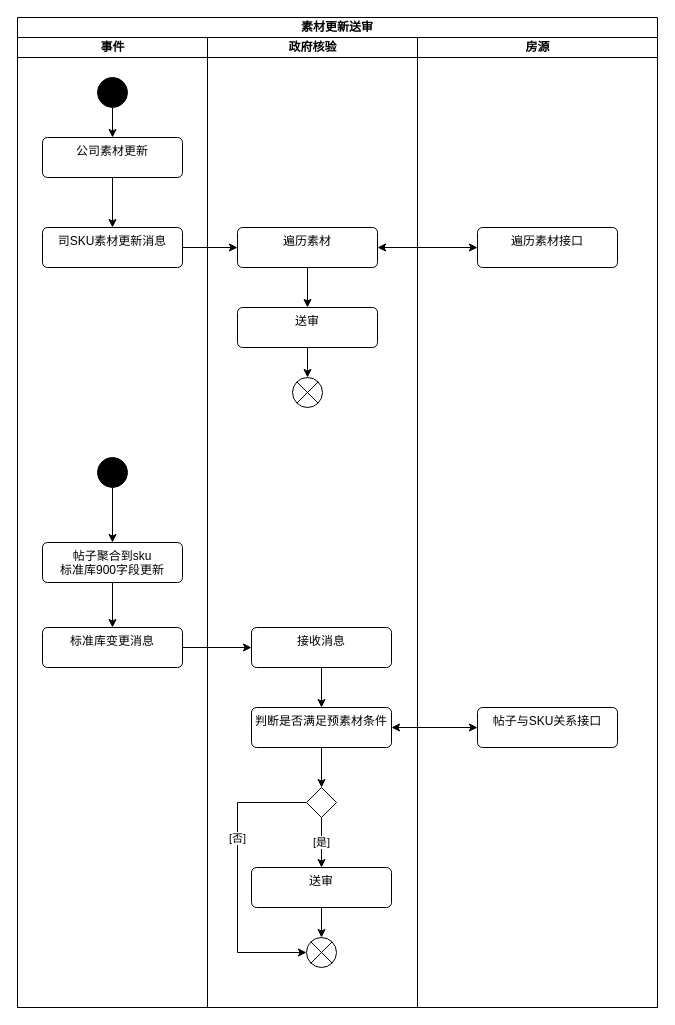
The draw.io diagram page "流程-素材更新送审" (4 of 7) of 设计文档/政府核验sku化.drawio in guyukou/drawio, before the edit. Source tidied: cells renumbered, new cells numbered last; positions are measured from the earlier drawing's top-left corner, leaving out a move shared by most shapes. Both pictures are drawn from the tidied source at 100%, with x=0, y=0 at pixel (17, 17).
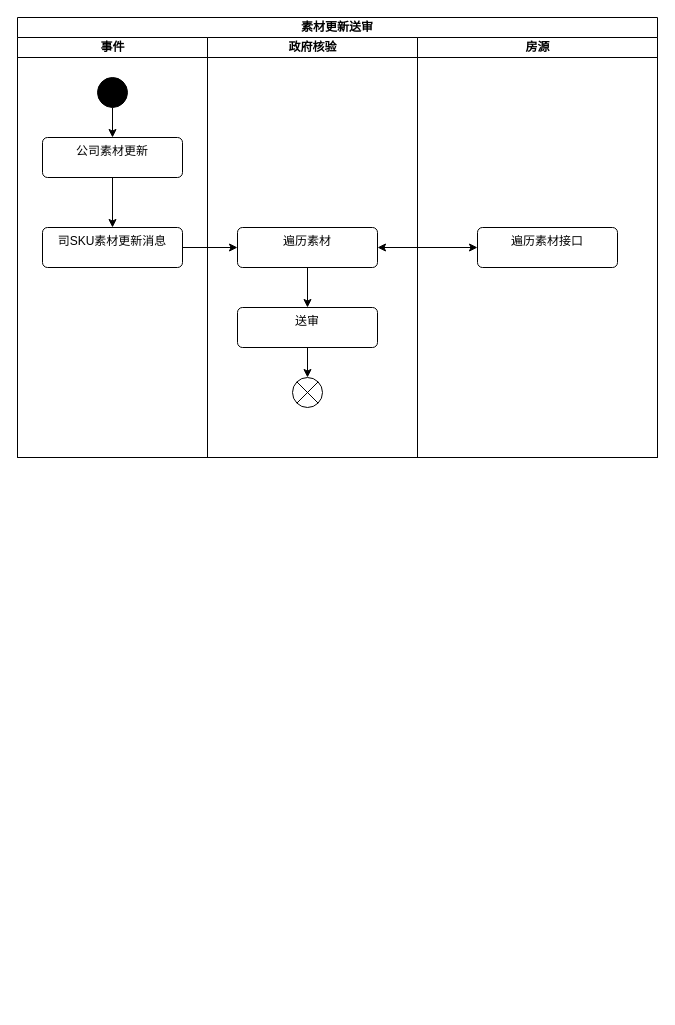
The same diagram, later.

Change to the diagram source:
```diff
@@
     <mxCell id="2" value="素材更新送审" style="swimlane;html=1;startSize=20;whiteSpace=wrap;" parent="1" vertex="1">
-      <mxGeometry width="640" height="990" as="geometry" />
+      <mxGeometry width="640" height="440" as="geometry" />
     </mxCell>
     <mxCell id="3" value="事件" style="swimlane;html=1;startSize=20;" parent="2" vertex="1">
-      <mxGeometry y="20" width="190" height="970" as="geometry" />
+      <mxGeometry y="20" width="190" height="420" as="geometry" />
     </mxCell>
@@
-    <mxCell id="6" style="edgeStyle=orthogonalEdgeStyle;rounded=0;jettySize=auto;html=1;" parent="3" edge="1" source="7" target="9">
-      <mxGeometry relative="1" as="geometry" />
-    </mxCell>
-    <mxCell id="7" style="ellipse;fillColor=strokeColor;html=1;" parent="3" vertex="1">
-      <mxGeometry x="80" y="420" width="30" height="30" as="geometry" />
-    </mxCell>
-    <mxCell id="8" style="edgeStyle=orthogonalEdgeStyle;rounded=0;jettySize=auto;html=1;" parent="3" edge="1" source="9" target="10">
-      <mxGeometry relative="1" as="geometry" />
-    </mxCell>
-    <mxCell id="9" value="帖子聚合到sku&lt;br&gt;标准库900字段更新" style="html=1;align=center;verticalAlign=top;rounded=1;absoluteArcSize=1;arcSize=10;dashed=0;whiteSpace=wrap;" parent="3" vertex="1">
-      <mxGeometry x="25" y="505" width="140" height="40" as="geometry" />
-    </mxCell>
-    <mxCell id="10" value="标准库变更消息" style="html=1;align=center;verticalAlign=top;rounded=1;absoluteArcSize=1;arcSize=10;dashed=0;whiteSpace=wrap;" parent="3" vertex="1">
-      <mxGeometry x="25" y="590" width="140" height="40" as="geometry" />
-    </mxCell>
     <mxCell id="11" value="政府核验" style="swimlane;html=1;startSize=20;" parent="2" vertex="1">
-      <mxGeometry x="190" y="20" width="210" height="970" as="geometry" />
+      <mxGeometry x="190" y="20" width="210" height="420" as="geometry" />
     </mxCell>
@@
-    <mxCell id="17" style="edgeStyle=orthogonalEdgeStyle;rounded=0;jettySize=auto;html=1;" parent="11" edge="1" source="18" target="20">
-      <mxGeometry relative="1" as="geometry" />
-    </mxCell>
-    <mxCell id="18" value="接收消息" style="html=1;align=center;verticalAlign=top;rounded=1;absoluteArcSize=1;arcSize=10;dashed=0;whiteSpace=wrap;" parent="11" vertex="1">
-      <mxGeometry x="44" y="590" width="140" height="40" as="geometry" />
-    </mxCell>
-    <mxCell id="19" style="edgeStyle=orthogonalEdgeStyle;rounded=0;jettySize=auto;html=1;" parent="11" edge="1" source="20" target="24">
-      <mxGeometry relative="1" as="geometry" />
-    </mxCell>
-    <mxCell id="20" value="判断是否满足预素材条件" style="html=1;align=center;verticalAlign=top;rounded=1;absoluteArcSize=1;arcSize=10;dashed=0;whiteSpace=wrap;" parent="11" vertex="1">
-      <mxGeometry x="44" y="670" width="140" height="40" as="geometry" />
-    </mxCell>
-    <mxCell id="21" value="[是]" style="edgeStyle=orthogonalEdgeStyle;rounded=0;jettySize=auto;html=1;" parent="11" edge="1" source="24" target="26">
-      <mxGeometry relative="1" as="geometry" />
-    </mxCell>
-    <mxCell id="22" style="edgeStyle=orthogonalEdgeStyle;rounded=0;jettySize=auto;html=1;entryX=0;entryY=0.5;entryDx=0;entryDy=0;exitX=0;exitY=0.5;exitDx=0;exitDy=0;" parent="11" edge="1" source="24" target="27">
-      <mxGeometry relative="1" as="geometry">
-        <Array as="points">
-          <mxPoint x="30" y="765" />
-          <mxPoint x="30" y="915" />
-        </Array>
-      </mxGeometry>
-    </mxCell>
-    <mxCell id="23" value="[否]" style="edgeLabel;html=1;align=center;verticalAlign=middle;" parent="22" vertex="1">
-      <mxGeometry x="-0.28" y="-1" relative="1" as="geometry" />
-    </mxCell>
-    <mxCell id="24" style="rhombus;" parent="11" vertex="1">
-      <mxGeometry x="99" y="750" width="30" height="30" as="geometry" />
-    </mxCell>
-    <mxCell id="25" style="edgeStyle=orthogonalEdgeStyle;rounded=0;jettySize=auto;html=1;" parent="11" edge="1" source="26" target="27">
-      <mxGeometry relative="1" as="geometry" />
-    </mxCell>
-    <mxCell id="26" value="送审" style="html=1;align=center;verticalAlign=top;rounded=1;absoluteArcSize=1;arcSize=10;dashed=0;whiteSpace=wrap;" parent="11" vertex="1">
-      <mxGeometry x="44" y="830" width="140" height="40" as="geometry" />
-    </mxCell>
-    <mxCell id="27" style="shape=sumEllipse;perimeter=ellipsePerimeter;html=1;backgroundOutline=1;" parent="11" vertex="1">
-      <mxGeometry x="99" y="900" width="30" height="30" as="geometry" />
-    </mxCell>
     <mxCell id="28" value="房源" style="swimlane;html=1;startSize=20;" parent="2" vertex="1">
-      <mxGeometry x="400" y="20" width="240" height="970" as="geometry" />
+      <mxGeometry x="400" y="20" width="240" height="420" as="geometry" />
     </mxCell>
@@
-    <mxCell id="30" value="帖子与SKU关系接口" style="html=1;align=center;verticalAlign=top;rounded=1;absoluteArcSize=1;arcSize=10;dashed=0;whiteSpace=wrap;" parent="28" vertex="1">
-      <mxGeometry x="60" y="670" width="140" height="40" as="geometry" />
-    </mxCell>
@@
-    <mxCell id="33" style="edgeStyle=orthogonalEdgeStyle;rounded=0;jettySize=auto;html=1;" parent="2" edge="1" source="10" target="18">
-      <mxGeometry relative="1" as="geometry" />
-    </mxCell>
-    <mxCell id="34" style="edgeStyle=orthogonalEdgeStyle;rounded=0;jettySize=auto;html=1;startArrow=classic;startFill=1;" parent="2" edge="1" source="20" target="30">
-      <mxGeometry relative="1" as="geometry" />
-    </mxCell>
```
